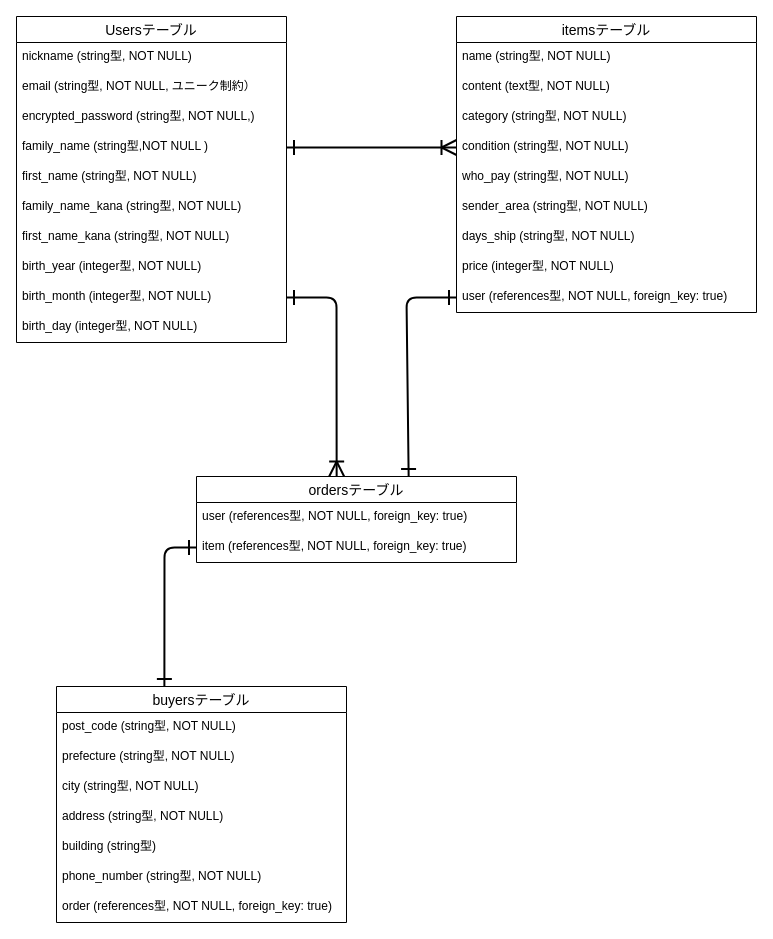
Above: furima-38624.dio in inadatoshiki/furima-38624 (draw.io), before the change. Source tidied: cells renumbered, new cells numbered last; positions are measured from the earlier drawing's top-left corner, leaving out a move shared by most shapes. Both pictures are drawn from the tidied source at 100%, with x=0, y=0 at pixel (16, 16).
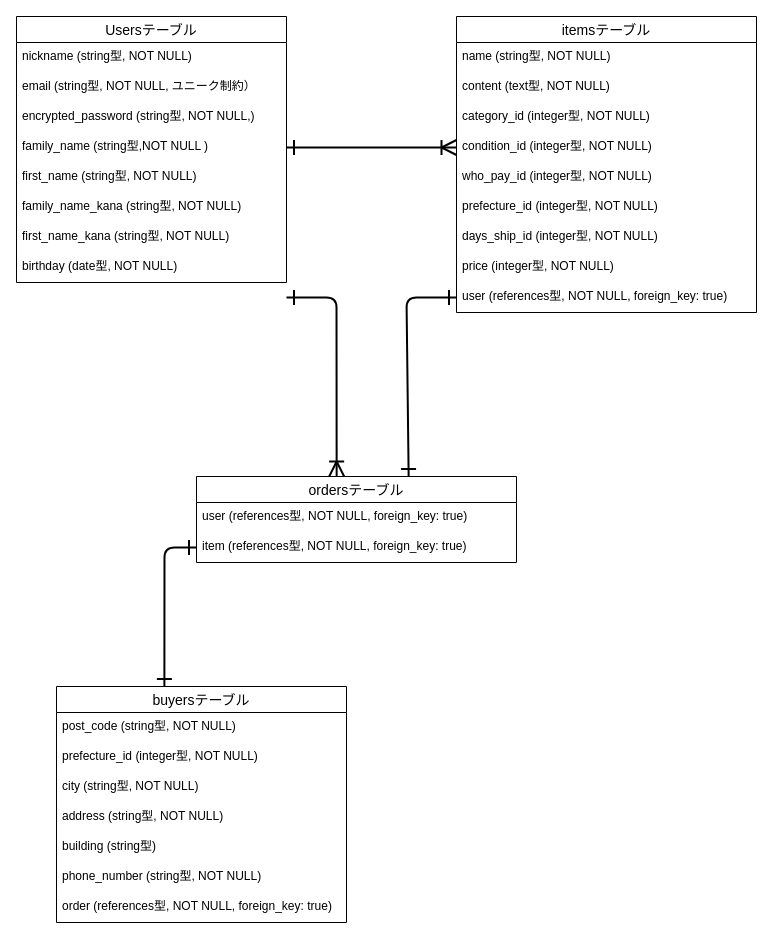
Above is the later version.

Commit message (it also covers changes not shown here):
修正　データベース設計

Unchanged cells that the change refers to:
```xml
<mxCell id="13" value="itemsテーブル" style="swimlane;fontStyle=0;horizontal=1;startSize=26;align=center;fontSize=14;" parent="1" vertex="1">
  <mxGeometry x="440" width="300" height="296" as="geometry" />
</mxCell>
<mxCell id="23" value="ordersテーブル" style="swimlane;fontStyle=0;horizontal=1;startSize=26;align=center;fontSize=14;" parent="1" vertex="1">
  <mxGeometry x="180" y="460" width="320" height="86" as="geometry" />
</mxCell>
<mxCell id="26" value="buyersテーブル" style="swimlane;fontStyle=0;horizontal=1;startSize=26;align=center;fontSize=14;" parent="1" vertex="1">
  <mxGeometry x="40" y="670" width="290" height="236" as="geometry" />
</mxCell>
```

Change to the diagram source:
```diff
@@
     <mxCell id="2" value="Usersテーブル" style="swimlane;fontStyle=0;horizontal=1;startSize=26;align=center;fontSize=14;" parent="1" vertex="1">
-      <mxGeometry width="270" height="326" as="geometry" />
+      <mxGeometry width="270" height="266" as="geometry" />
     </mxCell>
@@
-    <mxCell id="10" value="birth_year (integer型, NOT NULL)" style="text;strokeColor=none;fillColor=none;spacingLeft=4;spacingRight=4;overflow=hidden;fontSize=12;" parent="2" vertex="1">
+    <mxCell id="10" value="birthday (date型, NOT NULL)" style="text;strokeColor=none;fillColor=none;spacingLeft=4;spacingRight=4;overflow=hidden;fontSize=12;" parent="2" vertex="1">
       <mxGeometry y="236" width="270" height="30" as="geometry" />
     </mxCell>
-    <mxCell id="11" value="birth_month (integer型, NOT NULL)" style="text;strokeColor=none;fillColor=none;spacingLeft=4;spacingRight=4;overflow=hidden;points=[[0,0.5],[1,0.5]];portConstraint=eastwest;fontSize=12;" parent="2" vertex="1">
-      <mxGeometry y="266" width="270" height="30" as="geometry" />
-    </mxCell>
-    <mxCell id="12" value="birth_day (integer型, NOT NULL)" style="text;strokeColor=none;fillColor=none;spacingLeft=4;spacingRight=4;overflow=hidden;fontSize=12;" parent="2" vertex="1">
-      <mxGeometry y="296" width="270" height="30" as="geometry" />
-    </mxCell>
@@
-    <mxCell id="16" value="category (string型, NOT NULL)" style="text;strokeColor=none;fillColor=none;spacingLeft=4;spacingRight=4;overflow=hidden;fontSize=12;" parent="13" vertex="1">
+    <mxCell id="16" value="category_id (integer型, NOT NULL)" style="text;strokeColor=none;fillColor=none;spacingLeft=4;spacingRight=4;overflow=hidden;fontSize=12;" parent="13" vertex="1">
       <mxGeometry y="86" width="300" height="30" as="geometry" />
     </mxCell>
-    <mxCell id="17" value="condition (string型, NOT NULL)" style="text;strokeColor=none;fillColor=none;spacingLeft=4;spacingRight=4;overflow=hidden;points=[[0,0.5],[1,0.5]];portConstraint=eastwest;fontSize=12;" parent="13" vertex="1">
+    <mxCell id="17" value="condition_id (integer型, NOT NULL)" style="text;strokeColor=none;fillColor=none;spacingLeft=4;spacingRight=4;overflow=hidden;points=[[0,0.5],[1,0.5]];portConstraint=eastwest;fontSize=12;" parent="13" vertex="1">
       <mxGeometry y="116" width="300" height="30" as="geometry" />
     </mxCell>
-    <mxCell id="18" value="who_pay (string型, NOT NULL)" style="text;strokeColor=none;fillColor=none;spacingLeft=4;spacingRight=4;overflow=hidden;fontSize=12;" parent="13" vertex="1">
+    <mxCell id="18" value="who_pay_id (integer型, NOT NULL)" style="text;strokeColor=none;fillColor=none;spacingLeft=4;spacingRight=4;overflow=hidden;fontSize=12;" parent="13" vertex="1">
       <mxGeometry y="146" width="300" height="30" as="geometry" />
     </mxCell>
-    <mxCell id="19" value="sender_area (string型, NOT NULL)" style="text;strokeColor=none;fillColor=none;spacingLeft=4;spacingRight=4;overflow=hidden;fontSize=12;" parent="13" vertex="1">
+    <mxCell id="19" value="prefecture_id (integer型, NOT NULL)" style="text;strokeColor=none;fillColor=none;spacingLeft=4;spacingRight=4;overflow=hidden;fontSize=12;" parent="13" vertex="1">
       <mxGeometry y="176" width="300" height="30" as="geometry" />
     </mxCell>
-    <mxCell id="20" value="days_ship (string型, NOT NULL)" style="text;strokeColor=none;fillColor=none;spacingLeft=4;spacingRight=4;overflow=hidden;fontSize=12;" parent="13" vertex="1">
+    <mxCell id="20" value="days_ship_id (integer型, NOT NULL)" style="text;strokeColor=none;fillColor=none;spacingLeft=4;spacingRight=4;overflow=hidden;fontSize=12;" parent="13" vertex="1">
       <mxGeometry y="206" width="300" height="30" as="geometry" />
     </mxCell>
@@
-    <mxCell id="28" value="prefecture (string型, NOT NULL)" style="text;strokeColor=none;fillColor=none;spacingLeft=4;spacingRight=4;overflow=hidden;fontSize=12;" parent="26" vertex="1">
+    <mxCell id="28" value="prefecture_id (integer型, NOT NULL)" style="text;strokeColor=none;fillColor=none;spacingLeft=4;spacingRight=4;overflow=hidden;fontSize=12;" parent="26" vertex="1">
       <mxGeometry y="56" width="290" height="30" as="geometry" />
     </mxCell>
@@
-    <mxCell id="35" style="edgeStyle=none;html=1;exitX=1;exitY=0.5;exitDx=0;exitDy=0;entryX=0.438;entryY=0;entryDx=0;entryDy=0;entryPerimeter=0;startArrow=ERone;startFill=0;endArrow=ERoneToMany;endFill=0;startSize=12;endSize=12;strokeWidth=2;" parent="1" edge="1" source="11" target="23">
+    <mxCell id="35" style="edgeStyle=none;html=1;exitX=1;exitY=0.5;exitDx=0;exitDy=0;entryX=0.438;entryY=0;entryDx=0;entryDy=0;entryPerimeter=0;startArrow=ERone;startFill=0;endArrow=ERoneToMany;endFill=0;startSize=12;endSize=12;strokeWidth=2;" parent="1" edge="1" target="23">
       <mxGeometry relative="1" as="geometry">
+        <mxPoint x="270" y="281" as="sourcePoint" />
         <Array as="points">
           <mxPoint x="320" y="281" />
         </Array>
       </mxGeometry>
     </mxCell>
```
